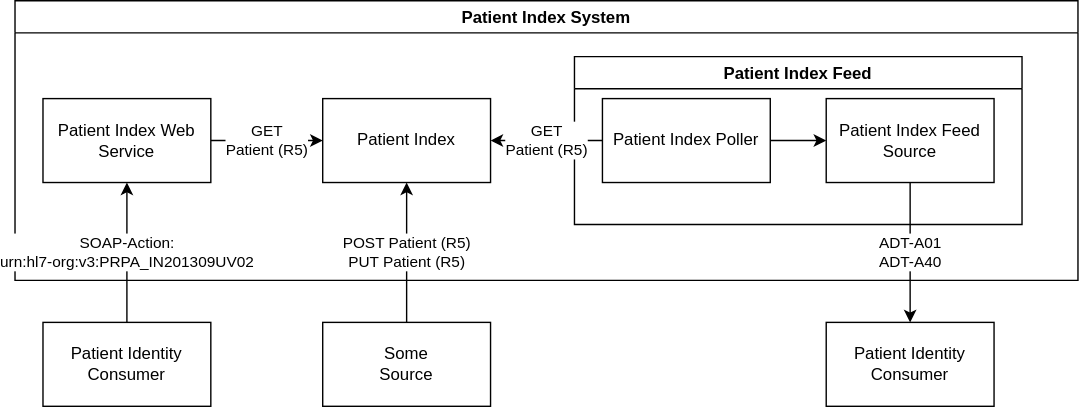
Earlier version of the draw.io export architecture.svg (tobchen/patient-index). Source tidied: cells renumbered, new cells last; positions are measured from the earlier drawing's top-left corner, leaving out a move shared by most shapes. The source it was exported from:
```xml
<mxGraphModel>
  <root>
    <mxCell id="0" />
    <mxCell id="1" parent="0" />
    <mxCell id="2" value="Patient Index System" style="swimlane;" parent="1" vertex="1">
      <mxGeometry width="760" height="200" as="geometry" />
    </mxCell>
    <mxCell id="3" value="Patient Index" style="rounded=0;whiteSpace=wrap;html=1;" parent="2" vertex="1">
      <mxGeometry x="220" y="70" width="120" height="60" as="geometry" />
    </mxCell>
    <mxCell id="4" value="GET&lt;br&gt;Patient (R5)" style="edgeStyle=orthogonalEdgeStyle;rounded=0;jettySize=auto;html=1;" parent="2" edge="1" source="5" target="3">
      <mxGeometry relative="1" as="geometry" />
    </mxCell>
    <mxCell id="5" value="Patient Index Web Service" style="rounded=0;whiteSpace=wrap;html=1;" parent="2" vertex="1">
      <mxGeometry x="20" y="70" width="120" height="60" as="geometry" />
    </mxCell>
    <mxCell id="6" value="Patient Index Feed" style="swimlane;" parent="2" vertex="1">
      <mxGeometry x="400" y="40" width="320" height="120" as="geometry" />
    </mxCell>
    <mxCell id="7" style="edgeStyle=orthogonalEdgeStyle;rounded=0;jettySize=auto;html=1;" parent="6" edge="1" source="8" target="9">
      <mxGeometry relative="1" as="geometry" />
    </mxCell>
    <mxCell id="8" value="Patient Index Poller" style="rounded=0;whiteSpace=wrap;html=1;" parent="6" vertex="1">
      <mxGeometry x="20" y="30" width="120" height="60" as="geometry" />
    </mxCell>
    <mxCell id="9" value="Patient Index Feed Source" style="rounded=0;whiteSpace=wrap;html=1;" parent="6" vertex="1">
      <mxGeometry x="180" y="30" width="120" height="60" as="geometry" />
    </mxCell>
    <mxCell id="10" value="GET&lt;br&gt;Patient (R5)" style="edgeStyle=orthogonalEdgeStyle;rounded=0;jettySize=auto;html=1;" parent="2" edge="1" source="8" target="3">
      <mxGeometry relative="1" as="geometry" />
    </mxCell>
    <mxCell id="11" value="POST Patient (R5)&lt;br&gt;PUT Patient (R5)" style="edgeStyle=orthogonalEdgeStyle;rounded=0;jettySize=auto;html=1;" parent="1" edge="1" source="12" target="3">
      <mxGeometry relative="1" as="geometry" />
    </mxCell>
    <mxCell id="12" value="Some&lt;br&gt;Source" style="rounded=0;whiteSpace=wrap;html=1;" parent="1" vertex="1">
      <mxGeometry x="220" y="230" width="120" height="60" as="geometry" />
    </mxCell>
    <mxCell id="13" value="SOAP-Action:&lt;br&gt;urn:hl7-org:v3:PRPA_IN201309UV02" style="edgeStyle=orthogonalEdgeStyle;rounded=0;jettySize=auto;html=1;" parent="1" edge="1" source="14" target="5">
      <mxGeometry relative="1" as="geometry" />
    </mxCell>
    <mxCell id="14" value="Patient Identity Consumer" style="rounded=0;whiteSpace=wrap;html=1;" parent="1" vertex="1">
      <mxGeometry x="20" y="230" width="120" height="60" as="geometry" />
    </mxCell>
    <mxCell id="15" value="Patient Identity Consumer" style="rounded=0;whiteSpace=wrap;html=1;" parent="1" vertex="1">
      <mxGeometry x="580" y="230" width="120" height="60" as="geometry" />
    </mxCell>
    <mxCell id="16" value="ADT-A01&lt;br&gt;ADT-A40" style="edgeStyle=orthogonalEdgeStyle;rounded=0;jettySize=auto;html=1;" parent="1" edge="1" source="9" target="15">
      <mxGeometry relative="1" as="geometry" />
    </mxCell>
  </root>
</mxGraphModel>
```
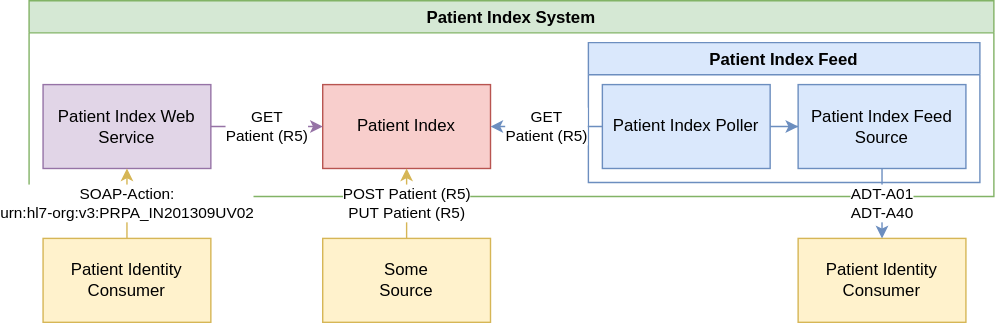
The same diagram one commit later.

Commit message:
More pretty diagrams! Added create or update ad

Diff of the diagram source:
```diff
@@ -2,49 +2,49 @@
   <root>
     <mxCell id="0" />
     <mxCell id="1" parent="0" />
-    <mxCell id="2" value="Patient Index System" style="swimlane;" parent="1" vertex="1">
-      <mxGeometry width="760" height="200" as="geometry" />
+    <mxCell id="2" value="Patient Index System" style="swimlane;fillColor=#d5e8d4;strokeColor=#82b366;" parent="1" vertex="1">
+      <mxGeometry width="690" height="140" as="geometry" />
     </mxCell>
-    <mxCell id="3" value="Patient Index" style="rounded=0;whiteSpace=wrap;html=1;" parent="2" vertex="1">
-      <mxGeometry x="220" y="70" width="120" height="60" as="geometry" />
+    <mxCell id="3" value="Patient Index" style="rounded=0;whiteSpace=wrap;html=1;fillColor=#f8cecc;strokeColor=#b85450;" parent="2" vertex="1">
+      <mxGeometry x="210" y="60" width="120" height="60" as="geometry" />
     </mxCell>
-    <mxCell id="4" value="GET&lt;br&gt;Patient (R5)" style="edgeStyle=orthogonalEdgeStyle;rounded=0;jettySize=auto;html=1;" parent="2" edge="1" source="5" target="3">
+    <mxCell id="4" value="GET&lt;br&gt;Patient (R5)" style="edgeStyle=orthogonalEdgeStyle;rounded=0;jettySize=auto;html=1;fillColor=#e1d5e7;strokeColor=#9673a6;" parent="2" edge="1" source="5" target="3">
       <mxGeometry relative="1" as="geometry" />
     </mxCell>
-    <mxCell id="5" value="Patient Index Web Service" style="rounded=0;whiteSpace=wrap;html=1;" parent="2" vertex="1">
-      <mxGeometry x="20" y="70" width="120" height="60" as="geometry" />
+    <mxCell id="5" value="Patient Index Web Service" style="rounded=0;whiteSpace=wrap;html=1;fillColor=#e1d5e7;strokeColor=#9673a6;" parent="2" vertex="1">
+      <mxGeometry x="10" y="60" width="120" height="60" as="geometry" />
     </mxCell>
-    <mxCell id="6" value="Patient Index Feed" style="swimlane;" parent="2" vertex="1">
-      <mxGeometry x="400" y="40" width="320" height="120" as="geometry" />
+    <mxCell id="6" value="Patient Index Feed" style="swimlane;fillColor=#dae8fc;strokeColor=#6c8ebf;" parent="2" vertex="1">
+      <mxGeometry x="400" y="30" width="280" height="100" as="geometry" />
     </mxCell>
-    <mxCell id="7" style="edgeStyle=orthogonalEdgeStyle;rounded=0;jettySize=auto;html=1;" parent="6" edge="1" source="8" target="9">
+    <mxCell id="7" style="edgeStyle=orthogonalEdgeStyle;rounded=0;jettySize=auto;html=1;fillColor=#dae8fc;strokeColor=#6c8ebf;" parent="6" edge="1" source="8" target="9">
       <mxGeometry relative="1" as="geometry" />
     </mxCell>
-    <mxCell id="8" value="Patient Index Poller" style="rounded=0;whiteSpace=wrap;html=1;" parent="6" vertex="1">
-      <mxGeometry x="20" y="30" width="120" height="60" as="geometry" />
+    <mxCell id="8" value="Patient Index Poller" style="rounded=0;whiteSpace=wrap;html=1;fillColor=#dae8fc;strokeColor=#6c8ebf;" parent="6" vertex="1">
+      <mxGeometry x="10" y="30" width="120" height="60" as="geometry" />
     </mxCell>
-    <mxCell id="9" value="Patient Index Feed Source" style="rounded=0;whiteSpace=wrap;html=1;" parent="6" vertex="1">
-      <mxGeometry x="180" y="30" width="120" height="60" as="geometry" />
+    <mxCell id="9" value="Patient Index Feed Source" style="rounded=0;whiteSpace=wrap;html=1;fillColor=#dae8fc;strokeColor=#6c8ebf;" parent="6" vertex="1">
+      <mxGeometry x="150" y="30" width="120" height="60" as="geometry" />
     </mxCell>
-    <mxCell id="10" value="GET&lt;br&gt;Patient (R5)" style="edgeStyle=orthogonalEdgeStyle;rounded=0;jettySize=auto;html=1;" parent="2" edge="1" source="8" target="3">
+    <mxCell id="10" value="GET&lt;br&gt;Patient (R5)" style="edgeStyle=orthogonalEdgeStyle;rounded=0;jettySize=auto;html=1;fillColor=#dae8fc;strokeColor=#6c8ebf;" parent="2" edge="1" source="8" target="3">
       <mxGeometry relative="1" as="geometry" />
     </mxCell>
-    <mxCell id="11" value="POST Patient (R5)&lt;br&gt;PUT Patient (R5)" style="edgeStyle=orthogonalEdgeStyle;rounded=0;jettySize=auto;html=1;" parent="1" edge="1" source="12" target="3">
+    <mxCell id="11" value="POST Patient (R5)&lt;br&gt;PUT Patient (R5)" style="edgeStyle=orthogonalEdgeStyle;rounded=0;jettySize=auto;html=1;fillColor=#fff2cc;strokeColor=#d6b656;" parent="1" edge="1" source="12" target="3">
       <mxGeometry relative="1" as="geometry" />
     </mxCell>
-    <mxCell id="12" value="Some&lt;br&gt;Source" style="rounded=0;whiteSpace=wrap;html=1;" parent="1" vertex="1">
-      <mxGeometry x="220" y="230" width="120" height="60" as="geometry" />
+    <mxCell id="12" value="Some&lt;br&gt;Source" style="rounded=0;whiteSpace=wrap;html=1;fillColor=#fff2cc;strokeColor=#d6b656;" parent="1" vertex="1">
+      <mxGeometry x="210" y="170" width="120" height="60" as="geometry" />
     </mxCell>
-    <mxCell id="13" value="SOAP-Action:&lt;br&gt;urn:hl7-org:v3:PRPA_IN201309UV02" style="edgeStyle=orthogonalEdgeStyle;rounded=0;jettySize=auto;html=1;" parent="1" edge="1" source="14" target="5">
+    <mxCell id="13" value="SOAP-Action:&lt;br&gt;urn:hl7-org:v3:PRPA_IN201309UV02" style="edgeStyle=orthogonalEdgeStyle;rounded=0;jettySize=auto;html=1;fillColor=#fff2cc;strokeColor=#d6b656;" parent="1" edge="1" source="14" target="5">
       <mxGeometry relative="1" as="geometry" />
     </mxCell>
-    <mxCell id="14" value="Patient Identity Consumer" style="rounded=0;whiteSpace=wrap;html=1;" parent="1" vertex="1">
-      <mxGeometry x="20" y="230" width="120" height="60" as="geometry" />
+    <mxCell id="14" value="Patient Identity Consumer" style="rounded=0;whiteSpace=wrap;html=1;fillColor=#fff2cc;strokeColor=#d6b656;" parent="1" vertex="1">
+      <mxGeometry x="10" y="170" width="120" height="60" as="geometry" />
     </mxCell>
-    <mxCell id="15" value="Patient Identity Consumer" style="rounded=0;whiteSpace=wrap;html=1;" parent="1" vertex="1">
-      <mxGeometry x="580" y="230" width="120" height="60" as="geometry" />
+    <mxCell id="15" value="Patient Identity Consumer" style="rounded=0;whiteSpace=wrap;html=1;fillColor=#fff2cc;strokeColor=#d6b656;" parent="1" vertex="1">
+      <mxGeometry x="550" y="170" width="120" height="60" as="geometry" />
     </mxCell>
-    <mxCell id="16" value="ADT-A01&lt;br&gt;ADT-A40" style="edgeStyle=orthogonalEdgeStyle;rounded=0;jettySize=auto;html=1;" parent="1" edge="1" source="9" target="15">
+    <mxCell id="16" value="ADT-A01&lt;br&gt;ADT-A40" style="edgeStyle=orthogonalEdgeStyle;rounded=0;jettySize=auto;html=1;fillColor=#dae8fc;strokeColor=#6c8ebf;" parent="1" edge="1" source="9" target="15">
       <mxGeometry relative="1" as="geometry" />
     </mxCell>
   </root>
```
